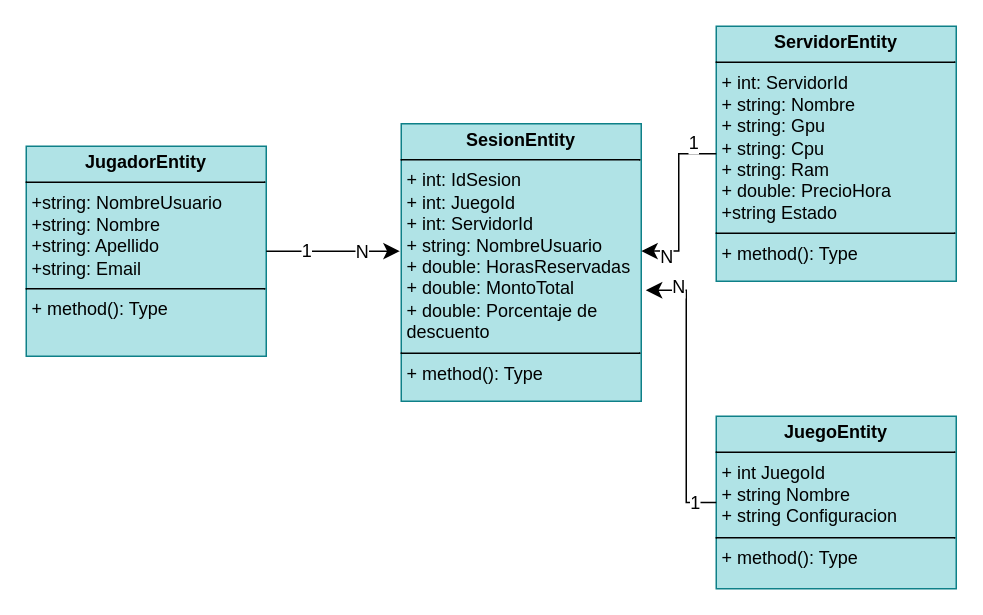
Jangofett682/TP_DESA_Y_ARQ_SOFT keeps this draw.io diagram as db/Diagramas/Capa entidades.drawio. Above is the earlier version. Source tidied: cells renumbered, new cells numbered last; positions are measured from the earlier drawing's top-left corner, leaving out a move shared by most shapes. Both pictures are drawn from the tidied source at 150%, with x=0, y=0 at pixel (26, 26).
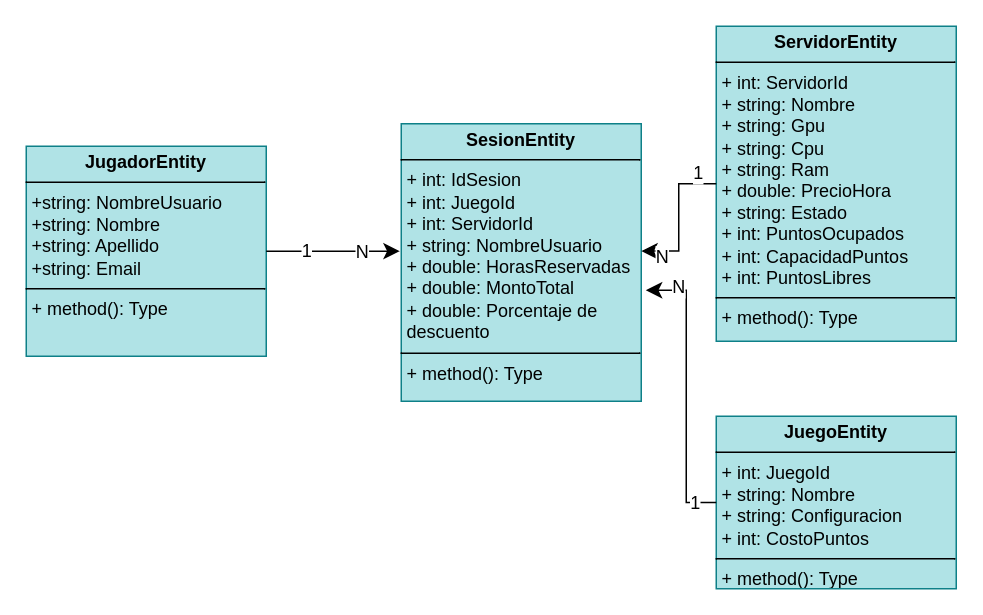
Above is the later version.

The edit, as a diff of the source:
```diff
@@
 <mxGraphModel>
   <root>
     <mxCell id="0" />
     <mxCell id="1" parent="0" />
     <mxCell id="2" value="&lt;p style=&quot;margin:0px;margin-top:4px;text-align:center;&quot;&gt;&lt;b&gt;JugadorEntity&lt;/b&gt;&lt;/p&gt;&lt;hr size=&quot;1&quot; style=&quot;border-style:solid;&quot;&gt;&lt;p style=&quot;margin:0px;margin-left:4px;&quot;&gt;+string: NombreUsuario&lt;/p&gt;&lt;p style=&quot;margin:0px;margin-left:4px;&quot;&gt;+string: Nombre&lt;/p&gt;&lt;p style=&quot;margin:0px;margin-left:4px;&quot;&gt;+string: Apellido&lt;/p&gt;&lt;p style=&quot;margin:0px;margin-left:4px;&quot;&gt;+string: Email&lt;/p&gt;&lt;hr size=&quot;1&quot; style=&quot;border-style:solid;&quot;&gt;&lt;p style=&quot;margin:0px;margin-left:4px;&quot;&gt;+ method(): Type&lt;/p&gt;" style="verticalAlign=top;align=left;overflow=fill;html=1;whiteSpace=wrap;fillColor=#b0e3e6;strokeColor=#0e8088;" parent="1" vertex="1">
       <mxGeometry y="80" width="160" height="140" as="geometry" />
     </mxCell>
     <mxCell id="3" value="&lt;p style=&quot;margin:0px;margin-top:4px;text-align:center;&quot;&gt;&lt;b&gt;SesionEntity&lt;/b&gt;&lt;/p&gt;&lt;hr size=&quot;1&quot; style=&quot;border-style:solid;&quot;&gt;&lt;p style=&quot;margin:0px;margin-left:4px;&quot;&gt;+ int: IdSesion&lt;br&gt;&lt;/p&gt;&lt;p style=&quot;margin:0px;margin-left:4px;&quot;&gt;+ int: JuegoId&lt;/p&gt;&lt;p style=&quot;margin:0px;margin-left:4px;&quot;&gt;+ int: ServidorId&lt;/p&gt;&lt;p style=&quot;margin:0px;margin-left:4px;&quot;&gt;+ string: NombreUsuario&lt;/p&gt;&lt;p style=&quot;margin:0px;margin-left:4px;&quot;&gt;+ double: HorasReservadas&lt;/p&gt;&lt;p style=&quot;margin:0px;margin-left:4px;&quot;&gt;+ double: MontoTotal&lt;/p&gt;&lt;p style=&quot;margin:0px;margin-left:4px;&quot;&gt;+ double: Porcentaje de descuento&lt;/p&gt;&lt;hr size=&quot;1&quot; style=&quot;border-style:solid;&quot;&gt;&lt;p style=&quot;margin:0px;margin-left:4px;&quot;&gt;+ method(): Type&lt;/p&gt;" style="verticalAlign=top;align=left;overflow=fill;html=1;whiteSpace=wrap;fillColor=#b0e3e6;strokeColor=#0e8088;" parent="1" vertex="1">
       <mxGeometry x="250" y="65" width="160" height="185" as="geometry" />
     </mxCell>
-    <mxCell id="4" value="&lt;p style=&quot;margin:0px;margin-top:4px;text-align:center;&quot;&gt;&lt;b&gt;ServidorEntity&lt;/b&gt;&lt;/p&gt;&lt;hr size=&quot;1&quot; style=&quot;border-style:solid;&quot;&gt;&lt;p style=&quot;margin:0px;margin-left:4px;&quot;&gt;+ int: ServidorId&lt;/p&gt;&lt;p style=&quot;margin:0px;margin-left:4px;&quot;&gt;+ string: Nombre&lt;/p&gt;&lt;p style=&quot;margin:0px;margin-left:4px;&quot;&gt;+ string: Gpu&lt;/p&gt;&lt;p style=&quot;margin:0px;margin-left:4px;&quot;&gt;+ string: Cpu&lt;/p&gt;&lt;p style=&quot;margin:0px;margin-left:4px;&quot;&gt;+ string: Ram&lt;/p&gt;&lt;p style=&quot;margin:0px;margin-left:4px;&quot;&gt;+ double: PrecioHora&lt;/p&gt;&lt;p style=&quot;margin:0px;margin-left:4px;&quot;&gt;+string Estado&lt;/p&gt;&lt;hr size=&quot;1&quot; style=&quot;border-style:solid;&quot;&gt;&lt;p style=&quot;margin:0px;margin-left:4px;&quot;&gt;+ method(): Type&lt;/p&gt;" style="verticalAlign=top;align=left;overflow=fill;html=1;whiteSpace=wrap;fillColor=#b0e3e6;strokeColor=#0e8088;" parent="1" vertex="1">
-      <mxGeometry x="460" width="160" height="170" as="geometry" />
+    <mxCell id="4" value="&lt;p style=&quot;margin:0px;margin-top:4px;text-align:center;&quot;&gt;&lt;b&gt;ServidorEntity&lt;/b&gt;&lt;/p&gt;&lt;hr size=&quot;1&quot; style=&quot;border-style:solid;&quot;&gt;&lt;p style=&quot;margin:0px;margin-left:4px;&quot;&gt;+ int: ServidorId&lt;/p&gt;&lt;p style=&quot;margin:0px;margin-left:4px;&quot;&gt;+ string: Nombre&lt;/p&gt;&lt;p style=&quot;margin:0px;margin-left:4px;&quot;&gt;+ string: Gpu&lt;/p&gt;&lt;p style=&quot;margin:0px;margin-left:4px;&quot;&gt;+ string: Cpu&lt;/p&gt;&lt;p style=&quot;margin:0px;margin-left:4px;&quot;&gt;+ string: Ram&lt;/p&gt;&lt;p style=&quot;margin:0px;margin-left:4px;&quot;&gt;+ double: PrecioHora&lt;/p&gt;&lt;p style=&quot;margin:0px;margin-left:4px;&quot;&gt;+ string: Estado&lt;/p&gt;&lt;p style=&quot;margin:0px;margin-left:4px;&quot;&gt;+ int: PuntosOcupados&lt;/p&gt;&lt;p style=&quot;margin:0px;margin-left:4px;&quot;&gt;+ int: CapacidadPuntos&lt;/p&gt;&lt;p style=&quot;margin:0px;margin-left:4px;&quot;&gt;+ int: PuntosLibres&lt;/p&gt;&lt;hr size=&quot;1&quot; style=&quot;border-style:solid;&quot;&gt;&lt;p style=&quot;margin:0px;margin-left:4px;&quot;&gt;+ method(): Type&lt;/p&gt;" style="verticalAlign=top;align=left;overflow=fill;html=1;whiteSpace=wrap;fillColor=#b0e3e6;strokeColor=#0e8088;" parent="1" vertex="1">
+      <mxGeometry x="460" width="160" height="210" as="geometry" />
     </mxCell>
-    <mxCell id="5" value="&lt;p style=&quot;margin:0px;margin-top:4px;text-align:center;&quot;&gt;&lt;b&gt;JuegoEntity&lt;/b&gt;&lt;/p&gt;&lt;hr size=&quot;1&quot; style=&quot;border-style:solid;&quot;&gt;&lt;p style=&quot;margin:0px;margin-left:4px;&quot;&gt;+ int JuegoId&lt;/p&gt;&lt;p style=&quot;margin:0px;margin-left:4px;&quot;&gt;+ string Nombre&lt;/p&gt;&lt;p style=&quot;margin:0px;margin-left:4px;&quot;&gt;+ string Configuracion&lt;/p&gt;&lt;hr size=&quot;1&quot; style=&quot;border-style:solid;&quot;&gt;&lt;p style=&quot;margin:0px;margin-left:4px;&quot;&gt;+ method(): Type&lt;/p&gt;" style="verticalAlign=top;align=left;overflow=fill;html=1;whiteSpace=wrap;fillColor=#b0e3e6;strokeColor=#0e8088;" parent="1" vertex="1">
+    <mxCell id="5" value="&lt;p style=&quot;margin:0px;margin-top:4px;text-align:center;&quot;&gt;&lt;b&gt;JuegoEntity&lt;/b&gt;&lt;/p&gt;&lt;hr size=&quot;1&quot; style=&quot;border-style:solid;&quot;&gt;&lt;p style=&quot;margin:0px;margin-left:4px;&quot;&gt;+ int: JuegoId&lt;/p&gt;&lt;p style=&quot;margin:0px;margin-left:4px;&quot;&gt;+ string: Nombre&lt;/p&gt;&lt;p style=&quot;margin:0px;margin-left:4px;&quot;&gt;+ string: Configuracion&lt;/p&gt;&lt;p style=&quot;margin:0px;margin-left:4px;&quot;&gt;+ int: CostoPuntos&lt;/p&gt;&lt;hr size=&quot;1&quot; style=&quot;border-style:solid;&quot;&gt;&lt;p style=&quot;margin:0px;margin-left:4px;&quot;&gt;+ method(): Type&lt;/p&gt;" style="verticalAlign=top;align=left;overflow=fill;html=1;whiteSpace=wrap;fillColor=#b0e3e6;strokeColor=#0e8088;" parent="1" vertex="1">
       <mxGeometry x="460" y="260" width="160" height="115" as="geometry" />
     </mxCell>
     <mxCell id="6" style="edgeStyle=none;curved=1;rounded=0;curveGeometry=1;jettySize=auto;html=1;entryX=-0.006;entryY=0.459;entryDx=0;entryDy=0;entryPerimeter=0;fontSize=12;defaultLabelBackgroundColor=page;labelPadding=0 4;startSize=8;endSize=8;" parent="1" edge="1" source="2" target="3">
       <mxGeometry relative="1" as="geometry" />
     </mxCell>
     <mxCell id="7" value="1" style="edgeLabel;html=1;align=center;verticalAlign=middle;inheritText=1;fontSize=12;defaultLabelBackgroundColor=page;labelPadding=0 4;" parent="6" vertex="1">
       <mxGeometry x="-0.39" y="2" relative="1" as="geometry">
         <mxPoint y="2" as="offset" />
       </mxGeometry>
     </mxCell>
     <mxCell id="8" value="N" style="edgeLabel;html=1;align=center;verticalAlign=middle;inheritText=1;fontSize=12;defaultLabelBackgroundColor=page;labelPadding=0 4;" parent="6" vertex="1">
       <mxGeometry x="0.42" y="-1" relative="1" as="geometry" />
     </mxCell>
     <mxCell id="9" style="edgeStyle=orthogonalEdgeStyle;rounded=0;jettySize=auto;html=1;entryX=1;entryY=0.459;entryDx=0;entryDy=0;entryPerimeter=0;fontSize=12;defaultLabelBackgroundColor=page;labelPadding=0 4;startSize=8;endSize=8;" parent="1" edge="1" source="4" target="3">
       <mxGeometry relative="1" as="geometry" />
     </mxCell>
     <mxCell id="10" value="1" style="edgeLabel;html=1;align=center;verticalAlign=middle;inheritText=1;fontSize=12;defaultLabelBackgroundColor=page;labelPadding=0 4;" parent="9" vertex="1">
       <mxGeometry x="-0.73" y="-8" relative="1" as="geometry" />
     </mxCell>
     <mxCell id="11" value="N" style="edgeLabel;html=1;align=center;verticalAlign=middle;inheritText=1;fontSize=12;defaultLabelBackgroundColor=page;labelPadding=0 4;" parent="9" vertex="1">
       <mxGeometry x="0.71" y="4" relative="1" as="geometry" />
     </mxCell>
     <mxCell id="12" style="edgeStyle=orthogonalEdgeStyle;rounded=0;jettySize=auto;html=1;entryX=1.019;entryY=0.6;entryDx=0;entryDy=0;entryPerimeter=0;fontSize=12;defaultLabelBackgroundColor=page;labelPadding=0 4;startSize=8;endSize=8;" parent="1" edge="1" source="5" target="3">
       <mxGeometry relative="1" as="geometry">
         <Array as="points">
           <mxPoint x="440" y="317.5" />
           <mxPoint x="440" y="176" />
         </Array>
       </mxGeometry>
     </mxCell>
     <mxCell id="13" value="1" style="edgeLabel;html=1;align=center;verticalAlign=middle;inheritText=1;fontSize=12;defaultLabelBackgroundColor=page;labelPadding=0 4;" parent="12" vertex="1">
       <mxGeometry x="-0.84" relative="1" as="geometry" />
     </mxCell>
     <mxCell id="14" value="N" style="edgeLabel;html=1;align=center;verticalAlign=middle;inheritText=1;fontSize=12;defaultLabelBackgroundColor=page;labelPadding=0 4;" parent="12" vertex="1">
       <mxGeometry x="0.78" y="-3" relative="1" as="geometry">
         <mxPoint x="1" as="offset" />
       </mxGeometry>
     </mxCell>
   </root>
 </mxGraphModel>
```
